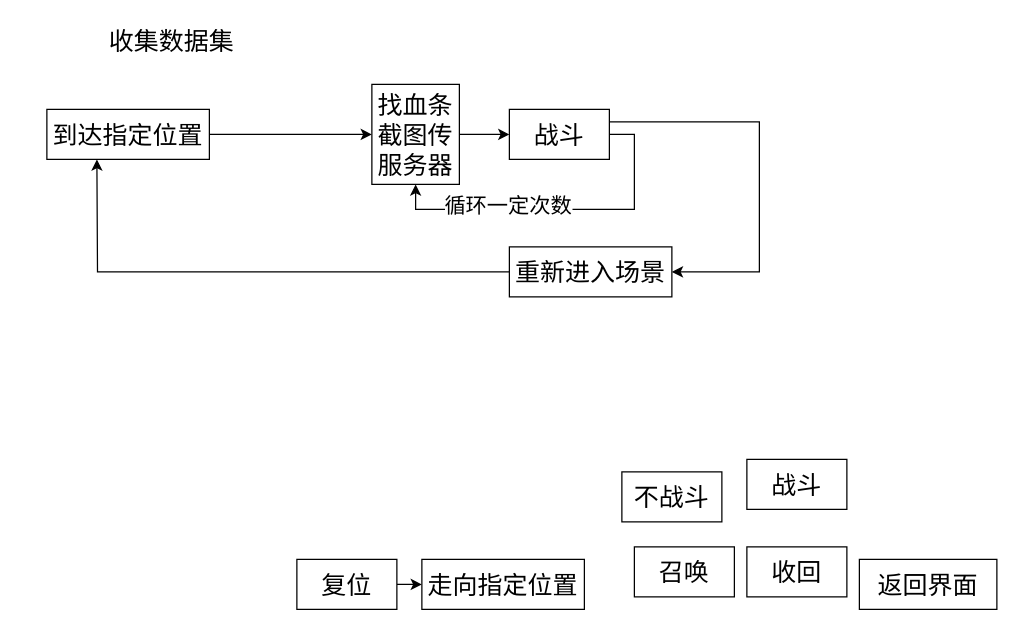
Earlier version of the draw.io diagram 状态机.drawio (lanendiencgr2002/eggkid_mob_spawner). Source tidied: cells renumbered, new cells numbered last; positions are measured from the earlier drawing's top-left corner, leaving out a move shared by most shapes. Both pictures are drawn from the tidied source at 125%, with x=0, y=0 at pixel (46, 21).
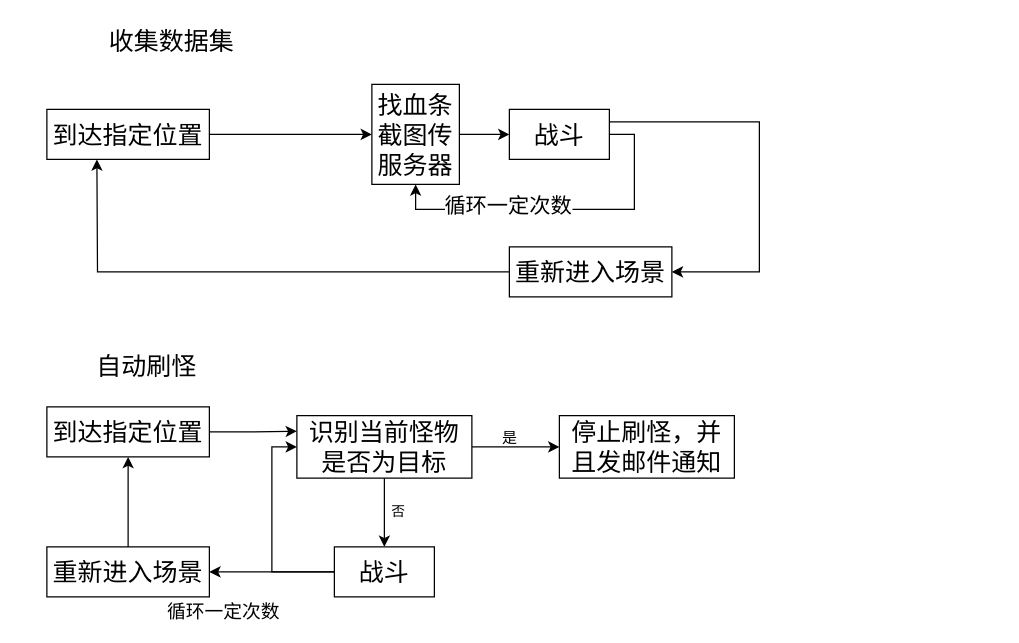
The same diagram, later.

Commit message (it also covers changes not shown here):
更新状态机.drawio

What changed in the source:
```diff
@@
-    <mxCell id="2" value="&lt;font style=&quot;font-size: 20px;&quot;&gt;召唤&lt;/font&gt;" style="rounded=0;whiteSpace=wrap;html=1;" parent="1" vertex="1">
-      <mxGeometry x="470" y="420" width="80" height="40" as="geometry" />
-    </mxCell>
-    <mxCell id="3" value="&lt;font style=&quot;font-size: 20px;&quot;&gt;收回&lt;/font&gt;" style="rounded=0;whiteSpace=wrap;html=1;" parent="1" vertex="1">
-      <mxGeometry x="560" y="420" width="80" height="40" as="geometry" />
-    </mxCell>
-    <mxCell id="4" value="&lt;font style=&quot;font-size: 20px;&quot;&gt;返回界面&lt;/font&gt;" style="rounded=0;whiteSpace=wrap;html=1;" parent="1" vertex="1">
-      <mxGeometry x="650" y="430" width="110" height="40" as="geometry" />
-    </mxCell>
-    <mxCell id="5" value="&lt;span style=&quot;font-size: 20px;&quot;&gt;战斗&lt;/span&gt;" style="rounded=0;whiteSpace=wrap;html=1;" parent="1" vertex="1">
-      <mxGeometry x="560" y="350" width="80" height="40" as="geometry" />
-    </mxCell>
-    <mxCell id="6" style="edgeStyle=orthogonalEdgeStyle;rounded=0;jettySize=auto;html=1;exitX=1;exitY=0.5;exitDx=0;exitDy=0;entryX=0;entryY=0.5;entryDx=0;entryDy=0;" parent="1" edge="1" source="7" target="8">
-      <mxGeometry relative="1" as="geometry" />
-    </mxCell>
-    <mxCell id="7" value="&lt;font style=&quot;font-size: 20px;&quot;&gt;复位&lt;/font&gt;" style="rounded=0;whiteSpace=wrap;html=1;" parent="1" vertex="1">
-      <mxGeometry x="200" y="430" width="80" height="40" as="geometry" />
-    </mxCell>
-    <mxCell id="8" value="&lt;font style=&quot;font-size: 20px;&quot;&gt;走向指定位置&lt;/font&gt;" style="rounded=0;whiteSpace=wrap;html=1;" parent="1" vertex="1">
-      <mxGeometry x="300" y="430" width="130" height="40" as="geometry" />
-    </mxCell>
@@
-    <mxCell id="14" value="&lt;span style=&quot;font-size: 20px;&quot;&gt;不战斗&lt;/span&gt;" style="rounded=0;whiteSpace=wrap;html=1;" parent="1" vertex="1">
-      <mxGeometry x="460" y="360" width="80" height="40" as="geometry" />
-    </mxCell>
@@
+    <mxCell id="21" value="&lt;span style=&quot;font-size: 20px;&quot;&gt;自动刷怪&lt;/span&gt;" style="text;html=1;align=center;verticalAlign=middle;whiteSpace=wrap;rounded=0;" parent="1" vertex="1">
+      <mxGeometry x="-20" y="260" width="200" height="30" as="geometry" />
+    </mxCell>
+    <mxCell id="22" style="edgeStyle=orthogonalEdgeStyle;rounded=0;jettySize=auto;html=1;entryX=0;entryY=0.25;entryDx=0;entryDy=0;" parent="1" edge="1" source="23" target="27">
+      <mxGeometry relative="1" as="geometry" />
+    </mxCell>
+    <mxCell id="23" value="&lt;font style=&quot;font-size: 20px;&quot;&gt;到达指定位置&lt;/font&gt;" style="rounded=0;whiteSpace=wrap;html=1;" parent="1" vertex="1">
+      <mxGeometry y="308" width="130" height="40" as="geometry" />
+    </mxCell>
+    <mxCell id="24" style="edgeStyle=orthogonalEdgeStyle;rounded=0;jettySize=auto;html=1;" parent="1" edge="1" source="27">
+      <mxGeometry relative="1" as="geometry">
+        <mxPoint x="410" y="340" as="targetPoint" />
+      </mxGeometry>
+    </mxCell>
+    <mxCell id="25" style="edgeStyle=orthogonalEdgeStyle;rounded=0;jettySize=auto;html=1;exitX=0.5;exitY=1;exitDx=0;exitDy=0;" parent="1" edge="1" source="27" target="5">
+      <mxGeometry relative="1" as="geometry" />
+    </mxCell>
+    <mxCell id="26" value="否" style="edgeLabel;html=1;align=center;verticalAlign=middle;" parent="25" vertex="1">
+      <mxGeometry x="-0.4" relative="1" as="geometry">
+        <mxPoint x="10" y="9" as="offset" />
+      </mxGeometry>
+    </mxCell>
+    <mxCell id="27" value="&lt;font style=&quot;font-size: 20px;&quot;&gt;识别当前怪物是否为目标&lt;/font&gt;" style="rounded=0;whiteSpace=wrap;html=1;" parent="1" vertex="1">
+      <mxGeometry x="200" y="315" width="140" height="50" as="geometry" />
+    </mxCell>
+    <mxCell id="28" value="&lt;span style=&quot;font-size: 20px;&quot;&gt;停止刷怪，并且发邮件通知&lt;/span&gt;" style="rounded=0;whiteSpace=wrap;html=1;" parent="1" vertex="1">
+      <mxGeometry x="410" y="315" width="140" height="50" as="geometry" />
+    </mxCell>
+    <mxCell id="29" value="是" style="text;html=1;align=center;verticalAlign=middle;strokeColor=none;fillColor=none;" parent="1" vertex="1">
+      <mxGeometry x="350" y="318" width="40" height="30" as="geometry" />
+    </mxCell>
+    <mxCell id="30" style="edgeStyle=orthogonalEdgeStyle;rounded=0;jettySize=auto;html=1;entryX=0;entryY=0.5;entryDx=0;entryDy=0;" parent="1" edge="1" source="5" target="27">
+      <mxGeometry relative="1" as="geometry">
+        <Array as="points">
+          <mxPoint x="180" y="440" />
+          <mxPoint x="180" y="340" />
+        </Array>
+      </mxGeometry>
+    </mxCell>
+    <mxCell id="31" style="edgeStyle=orthogonalEdgeStyle;rounded=0;jettySize=auto;html=1;entryX=1;entryY=0.5;entryDx=0;entryDy=0;" parent="1" edge="1" source="5" target="34">
+      <mxGeometry relative="1" as="geometry" />
+    </mxCell>
+    <mxCell id="32" value="&lt;font style=&quot;font-size: 15px;&quot;&gt;循环一定次数&lt;/font&gt;" style="edgeLabel;html=1;align=center;verticalAlign=middle;" parent="31" vertex="1">
+      <mxGeometry x="0.64" y="1" relative="1" as="geometry">
+        <mxPoint x="-8" y="29" as="offset" />
+      </mxGeometry>
+    </mxCell>
+    <mxCell id="5" value="&lt;span style=&quot;font-size: 20px;&quot;&gt;战斗&lt;/span&gt;" style="rounded=0;whiteSpace=wrap;html=1;" parent="1" vertex="1">
+      <mxGeometry x="230" y="420" width="80" height="40" as="geometry" />
+    </mxCell>
+    <mxCell id="33" style="edgeStyle=orthogonalEdgeStyle;rounded=0;jettySize=auto;html=1;exitX=0.5;exitY=0;exitDx=0;exitDy=0;entryX=0.5;entryY=1;entryDx=0;entryDy=0;" parent="1" edge="1" source="34" target="23">
+      <mxGeometry relative="1" as="geometry" />
+    </mxCell>
+    <mxCell id="34" value="&lt;font style=&quot;font-size: 20px;&quot;&gt;重新进入场景&lt;/font&gt;" style="rounded=0;whiteSpace=wrap;html=1;" parent="1" vertex="1">
+      <mxGeometry y="420" width="130" height="40" as="geometry" />
+    </mxCell>
```
